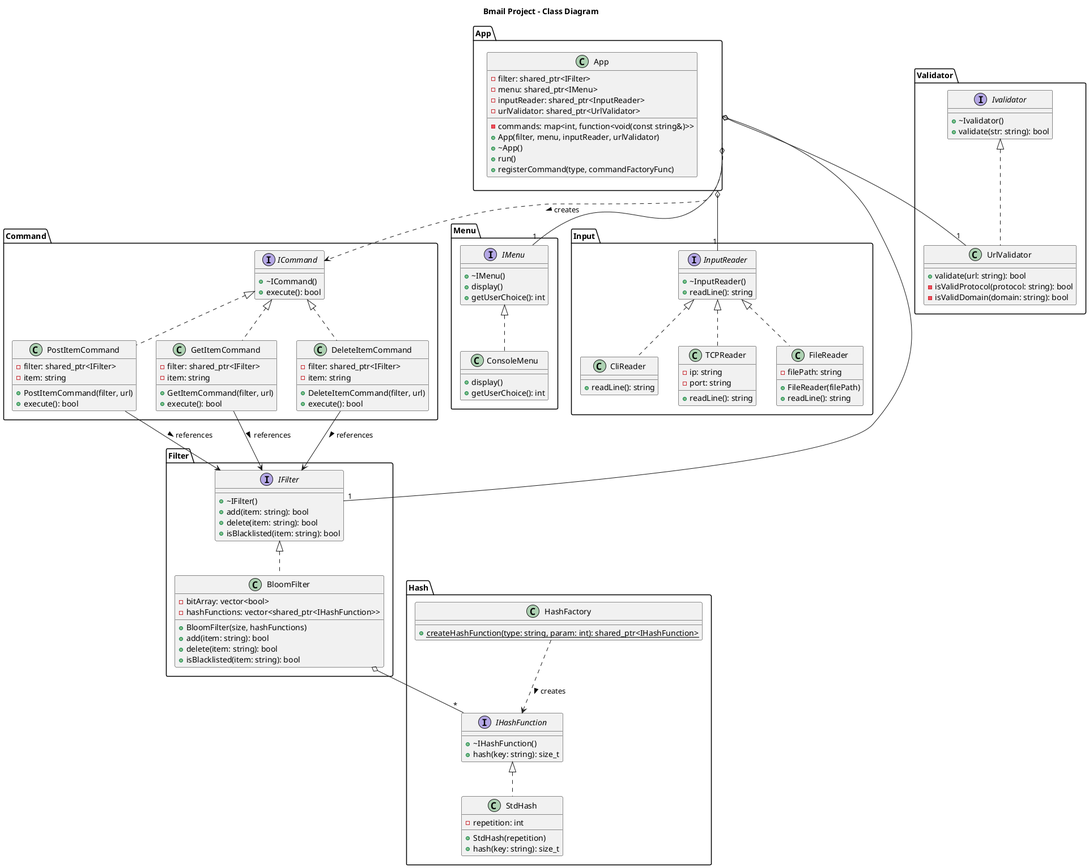
Above: assets/bmail.png in nav1s/Bmail (PlantUML), before the change.
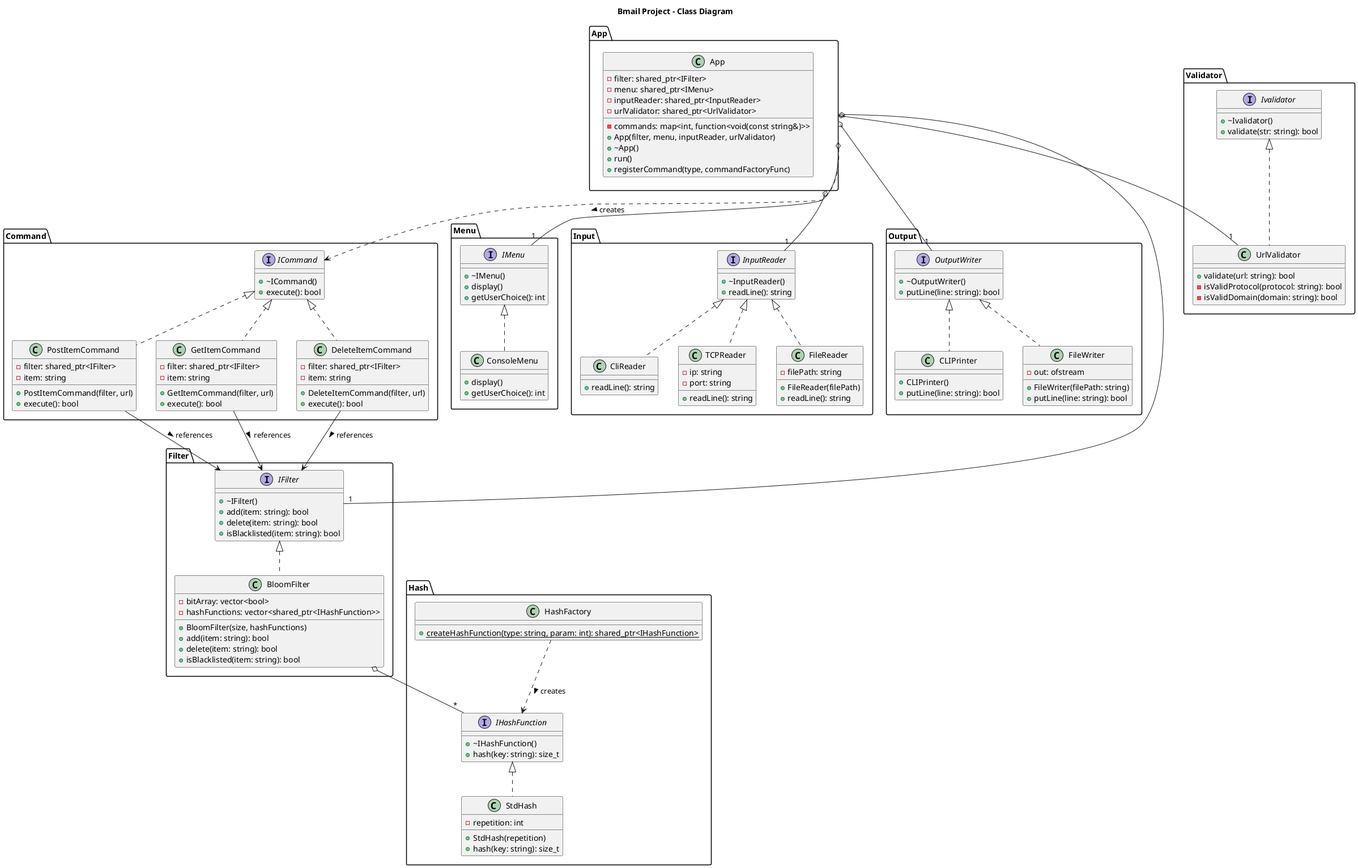
After the change.

Commit message:
add output directory to the uml

What changed in the source:
```diff
@@ -128,6 +128,24 @@
   }
 }
 
+package Output {
+  interface OutputWriter {
+    + ~OutputWriter()
+    + putLine(line: string): bool
+  }
+
+  class CLIPrinter {
+    + CLIPrinter()
+    + putLine(line: string): bool
+  }
+
+  class FileWriter {
+    - out: ofstream
+    + FileWriter(filePath: string)
+    + putLine(line: string): bool
+  }
+}
+
 IFilter <|.. BloomFilter
 IHashFunction <|.. StdHash
 ICommand <|.. PostItemCommand
@@ -138,10 +156,13 @@
 InputReader <|.. FileReader
 InputReader <|.. TCPReader
 Ivalidator <|.. UrlValidator
+OutputWriter <|.. CLIPrinter
+OutputWriter <|.. FileWriter
 
 App o-- "1" IFilter
 App o-- "1" IMenu
 App o-- "1" InputReader
+App o-- "1" OutputWriter
 App o-- "1" UrlValidator
 App ..> ICommand : creates >
 BloomFilter o-- "*" IHashFunction
```
